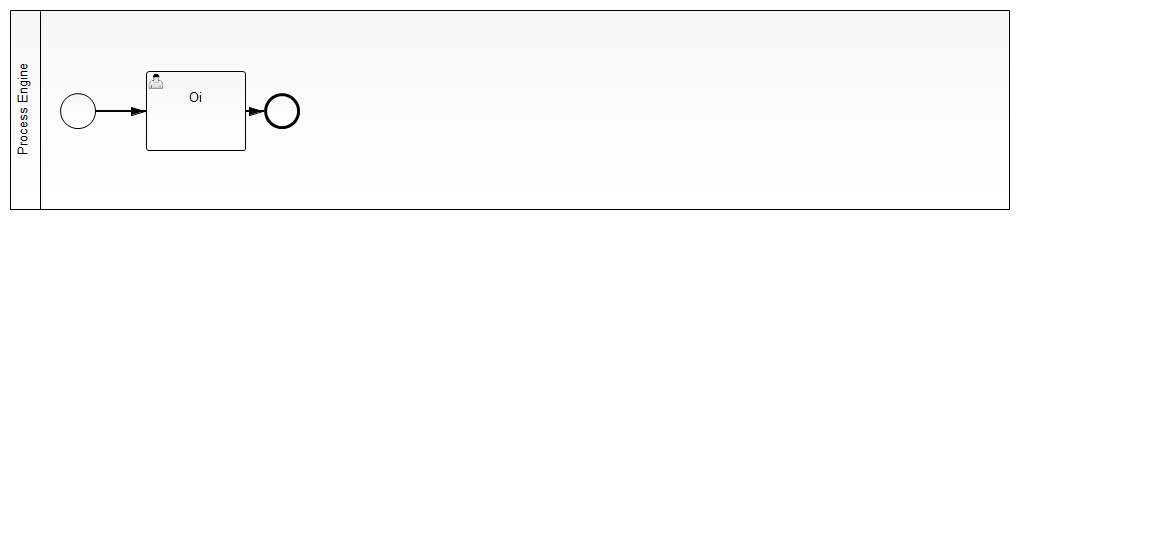
Above: src/main/resources/process.png in abevieiramota/learning-camunda-BPM (BPMN), before the change. Its source is kept beside it as src/main/resources/process.bpmn. Ids are renumbered. The source it was exported from:
```xml
<bpmn2:definitions xmlns:xsi="http://www.w3.org/2001/XMLSchema-instance" xmlns:bpmn2="http://www.omg.org/spec/BPMN/20100524/MODEL" xmlns:bpmndi="http://www.omg.org/spec/BPMN/20100524/DI" xmlns:camunda="http://activiti.org/bpmn" xmlns:dc="http://www.omg.org/spec/DD/20100524/DC" xmlns:di="http://www.omg.org/spec/DD/20100524/DI" xsi:schemaLocation="http://www.omg.org/spec/BPMN/20100524/MODEL BPMN20.xsd" id="Definitions_1" exporter="camunda modeler" exporterVersion="2.7.0" targetNamespace="http://www.example.org/bpmn">
  <bpmn2:collaboration id="Collaboration_1" name="Default Collaboration">
    <bpmn2:participant id="Process_Engine" name="Process Engine" processRef="learning-camunda-BPM"/>
  </bpmn2:collaboration>
  <bpmn2:process id="learning-camunda-BPM" name="learning-camunda-BPM" isExecutable="true">
    <bpmn2:startEvent id="StartEvent_1">
      <bpmn2:outgoing>SequenceFlow_2</bpmn2:outgoing>
    </bpmn2:startEvent>
    <bpmn2:endEvent id="EndEvent_1">
      <bpmn2:incoming>SequenceFlow_3</bpmn2:incoming>
    </bpmn2:endEvent>
    <bpmn2:userTask id="UserTask_1" name="Oi">
      <bpmn2:incoming>SequenceFlow_2</bpmn2:incoming>
      <bpmn2:outgoing>SequenceFlow_3</bpmn2:outgoing>
    </bpmn2:userTask>
    <bpmn2:sequenceFlow id="SequenceFlow_2" name="" sourceRef="StartEvent_1" targetRef="UserTask_1"/>
    <bpmn2:sequenceFlow id="SequenceFlow_3" name="" sourceRef="UserTask_1" targetRef="EndEvent_1"/>
  </bpmn2:process>
  <bpmndi:BPMNDiagram id="BPMNDiagram_1" name="Default Collaboration Diagram">
    <bpmndi:BPMNPlane id="BPMNPlane_1" bpmnElement="Collaboration_1">
      <bpmndi:BPMNShape id="BPMNShape_1" bpmnElement="Process_Engine" isHorizontal="true">
        <dc:Bounds height="200.0" width="1000.0" x="10.0" y="10.0"/>
      </bpmndi:BPMNShape>
      <bpmndi:BPMNShape id="BPMNShape_StartEvent_1" bpmnElement="StartEvent_1">
        <dc:Bounds height="36.0" width="36.0" x="60.0" y="93.0"/>
        <bpmndi:BPMNLabel>
          <dc:Bounds height="6.0" width="6.0" x="78.0" y="131.0"/>
        </bpmndi:BPMNLabel>
      </bpmndi:BPMNShape>
      <bpmndi:BPMNShape id="BPMNShape_EndEvent_1" bpmnElement="EndEvent_1">
        <dc:Bounds height="36.0" width="36.0" x="264.0" y="93.0"/>
        <bpmndi:BPMNLabel>
          <dc:Bounds height="0.0" width="0.0" x="285.0" y="131.0"/>
        </bpmndi:BPMNLabel>
      </bpmndi:BPMNShape>
      <bpmndi:BPMNShape id="_BPMNShape_UserTask_2" bpmnElement="UserTask_1">
        <dc:Bounds height="80.0" width="100.0" x="146.0" y="71.0"/>
      </bpmndi:BPMNShape>
      <bpmndi:BPMNEdge id="BPMNEdge_SequenceFlow_2" bpmnElement="SequenceFlow_2" sourceElement="BPMNShape_StartEvent_1" targetElement="_BPMNShape_UserTask_2">
        <di:waypoint xsi:type="dc:Point" x="96.0" y="111.0"/>
        <di:waypoint xsi:type="dc:Point" x="146.0" y="111.0"/>
      </bpmndi:BPMNEdge>
      <bpmndi:BPMNEdge id="BPMNEdge_SequenceFlow_3" bpmnElement="SequenceFlow_3" sourceElement="_BPMNShape_UserTask_2" targetElement="BPMNShape_EndEvent_1">
        <di:waypoint xsi:type="dc:Point" x="246.0" y="111.0"/>
        <di:waypoint xsi:type="dc:Point" x="264.0" y="111.0"/>
      </bpmndi:BPMNEdge>
    </bpmndi:BPMNPlane>
  </bpmndi:BPMNDiagram>
</bpmn2:definitions>
```
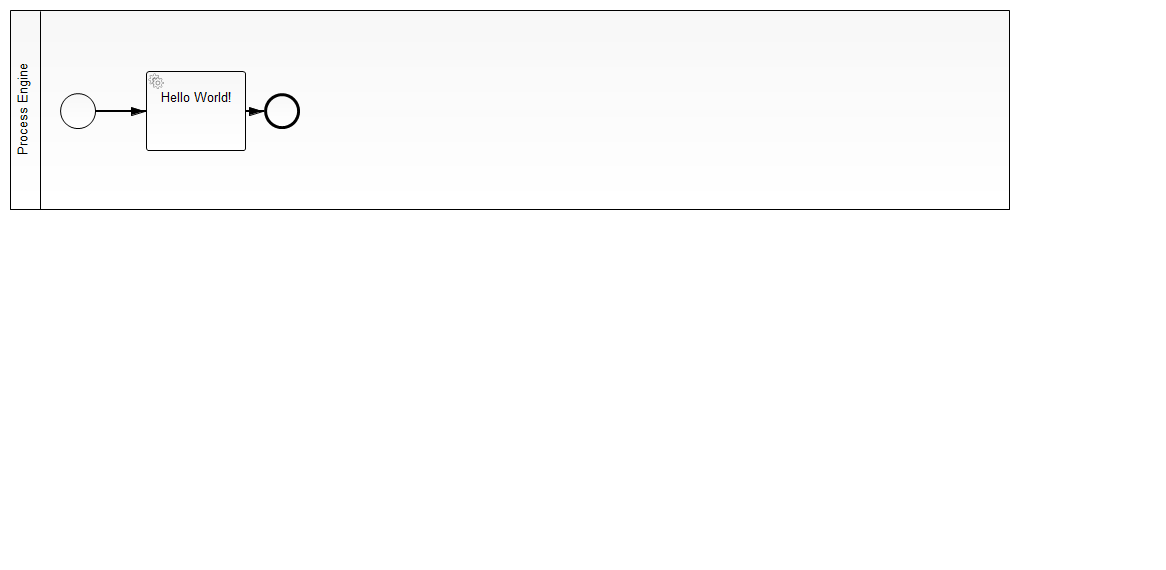
The same diagram one commit later.

Commit message:
criada task logando Hello World!

hoho hoho hoho hello world hoho

The edit, as a diff of the source:
```diff
@@ -9,10 +9,10 @@
     <bpmn2:endEvent id="EndEvent_1">
       <bpmn2:incoming>SequenceFlow_3</bpmn2:incoming>
     </bpmn2:endEvent>
-    <bpmn2:userTask id="UserTask_1" name="Oi">
+    <bpmn2:serviceTask id="UserTask_1" camunda:assignee="demo" camunda:class="foo.HelloWorldDelegate" name="Hello World!">
       <bpmn2:incoming>SequenceFlow_2</bpmn2:incoming>
       <bpmn2:outgoing>SequenceFlow_3</bpmn2:outgoing>
-    </bpmn2:userTask>
+    </bpmn2:serviceTask>
     <bpmn2:sequenceFlow id="SequenceFlow_2" name="" sourceRef="StartEvent_1" targetRef="UserTask_1"/>
     <bpmn2:sequenceFlow id="SequenceFlow_3" name="" sourceRef="UserTask_1" targetRef="EndEvent_1"/>
   </bpmn2:process>
```
